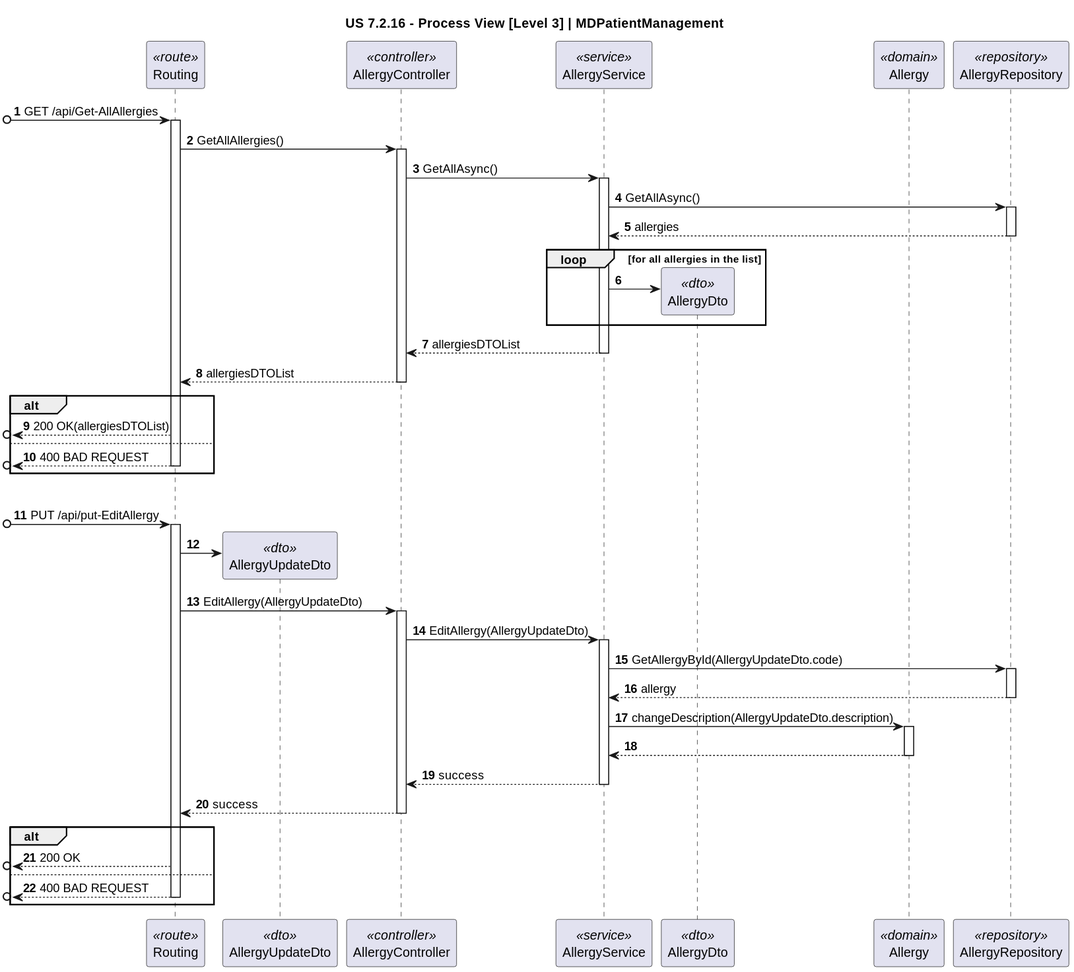
Above: docs/sprint-3/1220683/us-7.2.16/Process_View/Level-3/us7.2.16-process-view-lvl3.svg in rita-barbosa/LAPR5-2425 (PlantUML), before the change. Its diagram source:
```plantuml
@startuml
title "US 7.2.16 - Process View [Level 3] | MDPatientManagement "

autonumber
participant "Routing" as ROUTE <<route>>
participant "AllergyUpdateDto" as UpdateDTO <<dto>>
participant "AllergyController" as CTRL <<controller>>
participant "AllergyService" as SVC <<service>>
participant "AllergyDto" as DTO <<dto>>
participant "Allergy" as ALL <<domain>>
participant "AllergyRepository" as REPO <<repository>>

[o-> ROUTE: GET /api/Get-AllAllergies
activate ROUTE

ROUTE -> CTRL: GetAllAllergies()
activate CTRL

CTRL ->  SVC: GetAllAsync()
activate SVC

SVC -> REPO : GetAllAsync()
activate REPO

REPO --> SVC : allergies
deactivate REPO

loop for all allergies in the list
SVC -> DTO **
end loop

SVC --> CTRL: allergiesDTOList
deactivate SVC

CTRL --> ROUTE: allergiesDTOList
deactivate CTRL

alt
[o<-- ROUTE : 200 OK(allergiesDTOList)

else

[o<-- ROUTE : 400 BAD REQUEST
deactivate ROUTE
end alt

|||

[o-> ROUTE: PUT /api/put-EditAllergy
activate ROUTE

ROUTE -> UpdateDTO **

ROUTE -> CTRL: EditAllergy(AllergyUpdateDto)
activate CTRL

CTRL ->  SVC: EditAllergy(AllergyUpdateDto)
activate SVC

SVC -> REPO : GetAllergyById(AllergyUpdateDto.code)
activate REPO

REPO --> SVC : allergy
deactivate REPO

SVC -> ALL : changeDescription(AllergyUpdateDto.description)
activate ALL

ALL --> SVC
deactivate ALL

SVC --> CTRL: success
deactivate SVC

CTRL --> ROUTE: success
deactivate CTRL

alt
[o<-- ROUTE : 200 OK

else

[o<-- ROUTE : 400 BAD REQUEST
deactivate ROUTE
end alt
@enduml
```
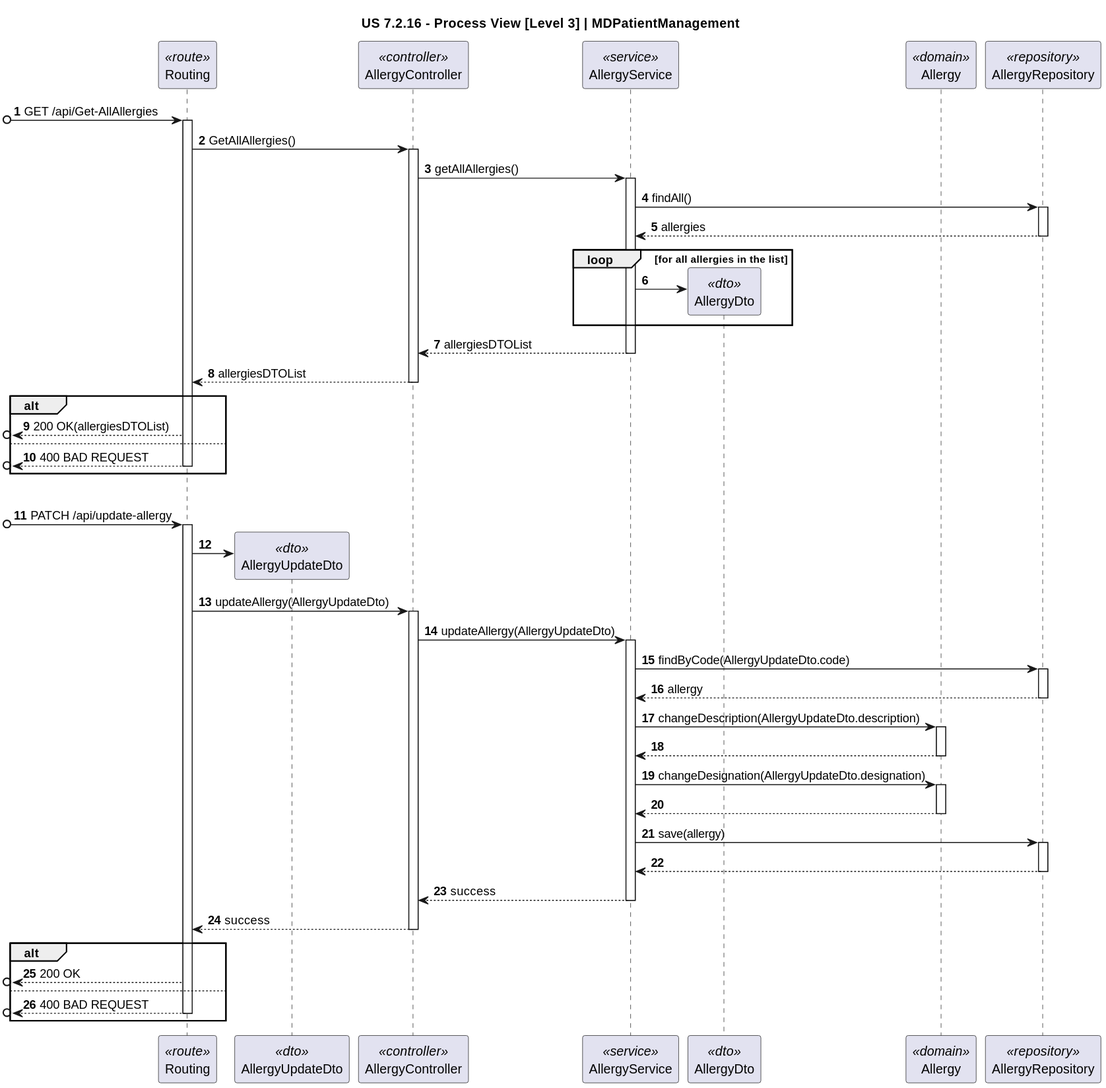
The same diagram one commit later.

Diff of the diagram source:
```diff
@@ -16,10 +16,10 @@
 ROUTE -> CTRL: GetAllAllergies()
 activate CTRL
 
-CTRL ->  SVC: GetAllAsync()
+CTRL ->  SVC: getAllAllergies()
 activate SVC
 
-SVC -> REPO : GetAllAsync()
+SVC -> REPO : findAll()
 activate REPO
 
 REPO --> SVC : allergies
@@ -46,18 +46,18 @@
 
 |||
 
-[o-> ROUTE: PUT /api/put-EditAllergy
+[o-> ROUTE: PATCH /api/update-allergy
 activate ROUTE
 
 ROUTE -> UpdateDTO **
 
-ROUTE -> CTRL: EditAllergy(AllergyUpdateDto)
+ROUTE -> CTRL: updateAllergy(AllergyUpdateDto)
 activate CTRL
 
-CTRL ->  SVC: EditAllergy(AllergyUpdateDto)
+CTRL ->  SVC: updateAllergy(AllergyUpdateDto)
 activate SVC
 
-SVC -> REPO : GetAllergyById(AllergyUpdateDto.code)
+SVC -> REPO : findByCode(AllergyUpdateDto.code)
 activate REPO
 
 REPO --> SVC : allergy
@@ -68,6 +68,18 @@
 
 ALL --> SVC
 deactivate ALL
+
+SVC -> ALL : changeDesignation(AllergyUpdateDto.designation)
+activate ALL
+
+ALL --> SVC
+deactivate ALL
+
+SVC -> REPO : save(allergy)
+activate REPO
+
+REPO --> SVC
+deactivate REPO
 
 SVC --> CTRL: success
 deactivate SVC
```
